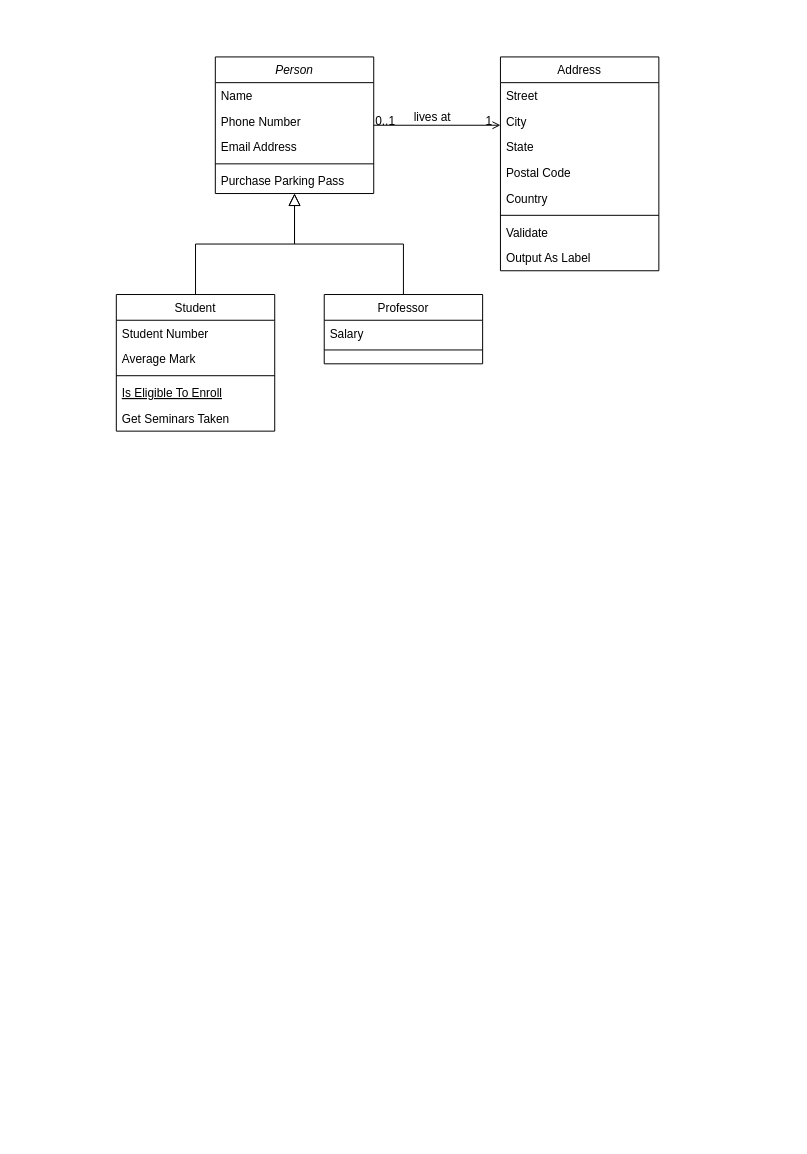
Before: Untitled Diagram.drawio in camelCaseGuy/ObjectOrientedFinal, a draw.io diagram. Source tidied: cells renumbered, new cells numbered last; positions are measured from the earlier drawing's top-left corner, leaving out a move shared by most shapes. Both pictures are drawn from the tidied source at 99%, with x=0, y=0 at pixel (116, 56).
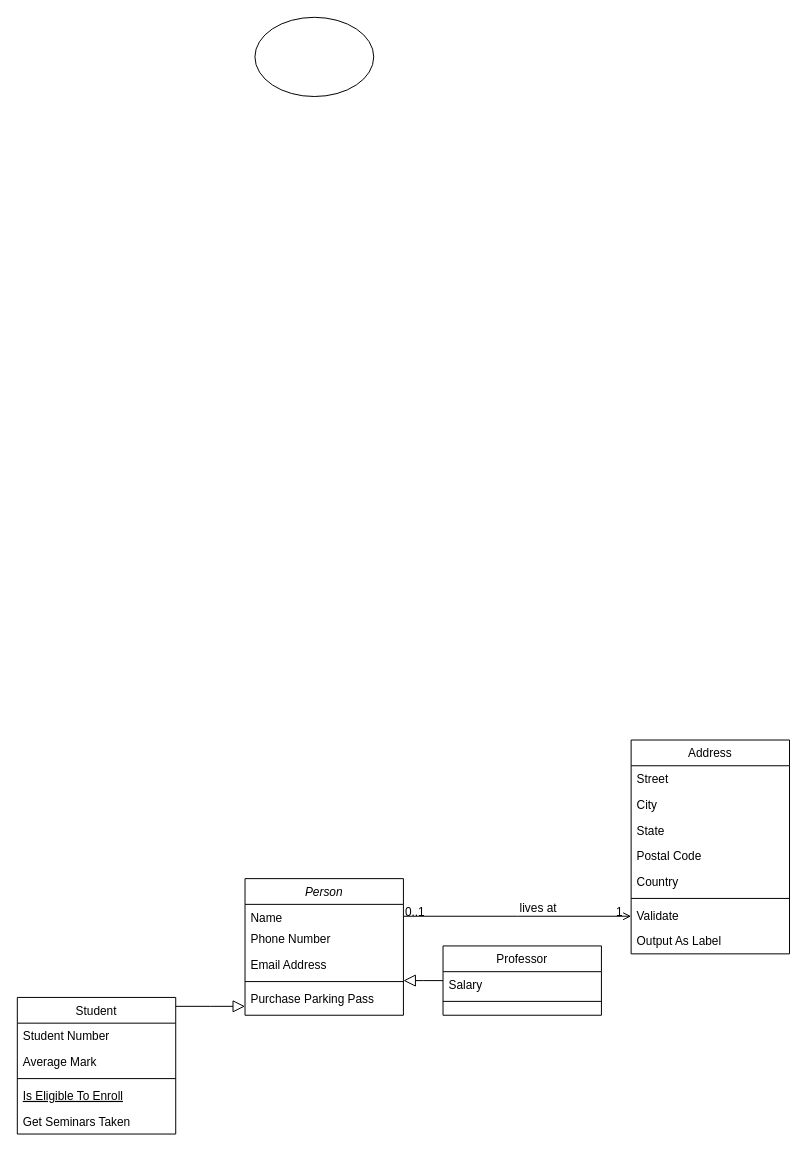
The same diagram, later.

What changed in the source:
```diff
@@
     <mxCell id="2" value="Person" style="swimlane;fontStyle=2;align=center;verticalAlign=top;horizontal=1;startSize=26;rounded=0;shadow=0;strokeWidth=1;" parent="1" vertex="1">
-      <mxGeometry x="100" width="160" height="138" as="geometry" />
+      <mxGeometry x="130" y="830" width="160" height="138" as="geometry" />
     </mxCell>
     <mxCell id="3" value="Name" style="text;align=left;verticalAlign=top;spacingLeft=4;spacingRight=4;overflow=hidden;" parent="2" vertex="1">
-      <mxGeometry y="26" width="160" height="26" as="geometry" />
+      <mxGeometry y="26" width="160" height="22" as="geometry" />
     </mxCell>
     <mxCell id="4" value="Phone Number" style="text;align=left;verticalAlign=top;spacingLeft=4;spacingRight=4;overflow=hidden;rounded=0;shadow=0;html=0;" parent="2" vertex="1">
-      <mxGeometry y="52" width="160" height="26" as="geometry" />
+      <mxGeometry y="48" width="160" height="26" as="geometry" />
     </mxCell>
     <mxCell id="5" value="Email Address" style="text;align=left;verticalAlign=top;spacingLeft=4;spacingRight=4;overflow=hidden;rounded=0;shadow=0;html=0;" parent="2" vertex="1">
-      <mxGeometry y="78" width="160" height="26" as="geometry" />
+      <mxGeometry y="74" width="160" height="26" as="geometry" />
     </mxCell>
     <mxCell id="6" style="line;html=1;strokeWidth=1;align=left;verticalAlign=middle;spacingTop=-1;spacingLeft=3;spacingRight=3;labelPosition=right;" parent="2" vertex="1">
-      <mxGeometry y="104" width="160" height="8" as="geometry" />
+      <mxGeometry y="100" width="160" height="8" as="geometry" />
     </mxCell>
     <mxCell id="7" value="Purchase Parking Pass" style="text;align=left;verticalAlign=top;spacingLeft=4;spacingRight=4;overflow=hidden;" parent="2" vertex="1">
-      <mxGeometry y="112" width="160" height="26" as="geometry" />
+      <mxGeometry y="108" width="160" height="26" as="geometry" />
     </mxCell>
     <mxCell id="8" value="Student" style="swimlane;fontStyle=0;align=center;verticalAlign=top;horizontal=1;startSize=26;rounded=0;shadow=0;strokeWidth=1;" parent="1" vertex="1">
-      <mxGeometry y="240" width="160" height="138" as="geometry" />
+      <mxGeometry x="-100" y="950" width="160" height="138" as="geometry" />
     </mxCell>
@@
     <mxCell id="15" value="Professor" style="swimlane;fontStyle=0;align=center;verticalAlign=top;horizontal=1;startSize=26;rounded=0;shadow=0;strokeWidth=1;" parent="1" vertex="1">
-      <mxGeometry x="210" y="240" width="160" height="70" as="geometry" />
+      <mxGeometry x="330" y="898" width="160" height="70" as="geometry" />
     </mxCell>
@@
     <mxCell id="19" value="Address" style="swimlane;fontStyle=0;align=center;verticalAlign=top;horizontal=1;startSize=26;rounded=0;shadow=0;strokeWidth=1;" parent="1" vertex="1">
-      <mxGeometry x="388" width="160" height="216" as="geometry" />
+      <mxGeometry x="520" y="690" width="160" height="216" as="geometry" />
     </mxCell>
@@
+    <mxCell id="32" style="ellipse;whiteSpace=wrap;html=1;" parent="1" vertex="1">
+      <mxGeometry x="140" y="-40" width="120" height="80" as="geometry" />
+    </mxCell>
```
